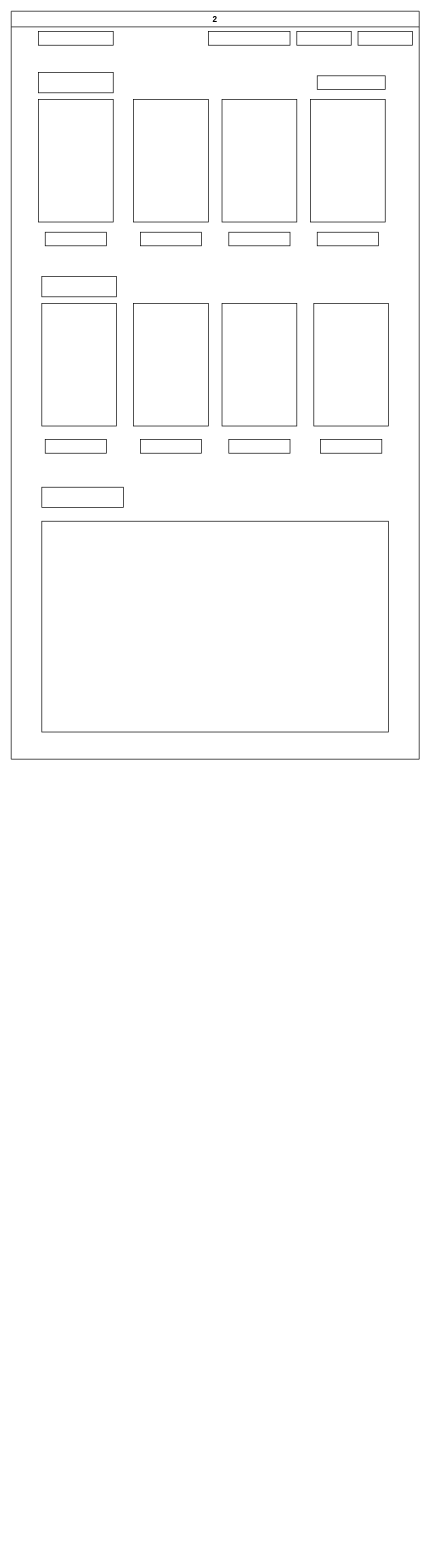
Above: Layout.drawio in RickyBoyy/ProjetoWEB (draw.io), before the change. Source tidied: cells renumbered, new cells numbered last; positions are measured from the earlier drawing's top-left corner, leaving out a move shared by most shapes. Both pictures are drawn from the tidied source at 68%, with x=0, y=0 at pixel (11, 11).
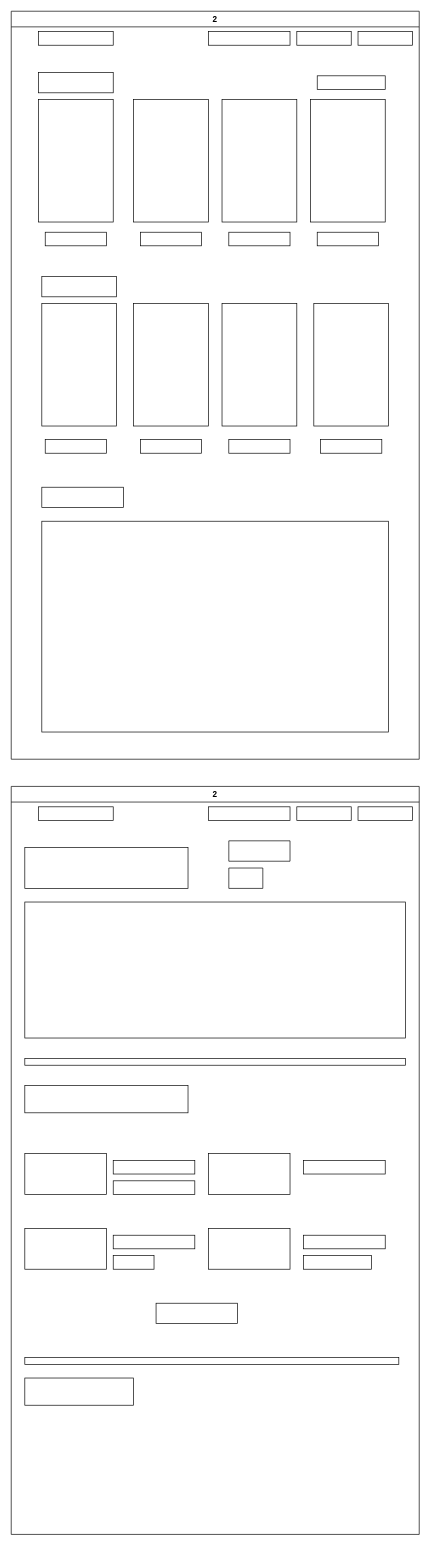
After the change.

Diff of the diagram source:
```diff
@@
+    <mxCell id="29" value="2" style="swimlane;" parent="1" vertex="1">
+      <mxGeometry y="1140" width="600" height="1100" as="geometry" />
+    </mxCell>
+    <mxCell id="30" style="rounded=0;whiteSpace=wrap;html=1;" parent="29" vertex="1">
+      <mxGeometry x="510" y="30" width="80" height="20" as="geometry" />
+    </mxCell>
+    <mxCell id="31" style="rounded=0;whiteSpace=wrap;html=1;" parent="29" vertex="1">
+      <mxGeometry x="420" y="30" width="80" height="20" as="geometry" />
+    </mxCell>
+    <mxCell id="32" style="rounded=0;whiteSpace=wrap;html=1;" parent="29" vertex="1">
+      <mxGeometry x="290" y="30" width="120" height="20" as="geometry" />
+    </mxCell>
+    <mxCell id="33" style="edgeStyle=orthogonalEdgeStyle;rounded=0;orthogonalLoop=1;jettySize=auto;html=1;exitX=0.5;exitY=1;exitDx=0;exitDy=0;" parent="29" edge="1">
+      <mxGeometry relative="1" as="geometry">
+        <mxPoint x="105" y="730" as="sourcePoint" />
+        <mxPoint x="105" y="730" as="targetPoint" />
+      </mxGeometry>
+    </mxCell>
+    <mxCell id="34" style="rounded=0;whiteSpace=wrap;html=1;" parent="29" vertex="1">
+      <mxGeometry x="40" y="30" width="110" height="20" as="geometry" />
+    </mxCell>
+    <mxCell id="35" style="rounded=0;whiteSpace=wrap;html=1;" parent="29" vertex="1">
+      <mxGeometry x="20" y="90" width="240" height="60" as="geometry" />
+    </mxCell>
+    <mxCell id="36" style="rounded=0;whiteSpace=wrap;html=1;" parent="29" vertex="1">
+      <mxGeometry x="20" y="400" width="560" height="10" as="geometry" />
+    </mxCell>
+    <mxCell id="37" style="rounded=0;whiteSpace=wrap;html=1;" parent="29" vertex="1">
+      <mxGeometry x="20" y="440" width="240" height="40" as="geometry" />
+    </mxCell>
+    <mxCell id="38" style="rounded=0;whiteSpace=wrap;html=1;" parent="29" vertex="1">
+      <mxGeometry x="20" y="540" width="120" height="60" as="geometry" />
+    </mxCell>
+    <mxCell id="39" style="rounded=0;whiteSpace=wrap;html=1;" parent="29" vertex="1">
+      <mxGeometry x="290" y="540" width="120" height="60" as="geometry" />
+    </mxCell>
+    <mxCell id="40" style="rounded=0;whiteSpace=wrap;html=1;" parent="29" vertex="1">
+      <mxGeometry x="290" y="650" width="120" height="60" as="geometry" />
+    </mxCell>
+    <mxCell id="41" style="rounded=0;whiteSpace=wrap;html=1;" parent="29" vertex="1">
+      <mxGeometry x="20" y="650" width="120" height="60" as="geometry" />
+    </mxCell>
+    <mxCell id="42" style="rounded=0;whiteSpace=wrap;html=1;" parent="29" vertex="1">
+      <mxGeometry x="150" y="550" width="120" height="20" as="geometry" />
+    </mxCell>
+    <mxCell id="43" style="rounded=0;whiteSpace=wrap;html=1;" parent="29" vertex="1">
+      <mxGeometry x="150" y="580" width="120" height="20" as="geometry" />
+    </mxCell>
+    <mxCell id="44" style="rounded=0;whiteSpace=wrap;html=1;" parent="29" vertex="1">
+      <mxGeometry x="150" y="690" width="60" height="20" as="geometry" />
+    </mxCell>
+    <mxCell id="45" style="rounded=0;whiteSpace=wrap;html=1;" parent="29" vertex="1">
+      <mxGeometry x="150" y="660" width="120" height="20" as="geometry" />
+    </mxCell>
+    <mxCell id="46" style="rounded=0;whiteSpace=wrap;html=1;" parent="29" vertex="1">
+      <mxGeometry x="430" y="660" width="120" height="20" as="geometry" />
+    </mxCell>
+    <mxCell id="47" style="rounded=0;whiteSpace=wrap;html=1;" parent="29" vertex="1">
+      <mxGeometry x="430" y="550" width="120" height="20" as="geometry" />
+    </mxCell>
+    <mxCell id="48" style="rounded=0;whiteSpace=wrap;html=1;" parent="29" vertex="1">
+      <mxGeometry x="430" y="690" width="100" height="20" as="geometry" />
+    </mxCell>
+    <mxCell id="49" style="rounded=0;whiteSpace=wrap;html=1;" parent="29" vertex="1">
+      <mxGeometry x="213" y="760" width="120" height="30" as="geometry" />
+    </mxCell>
+    <mxCell id="50" style="rounded=0;whiteSpace=wrap;html=1;" parent="29" vertex="1">
+      <mxGeometry x="20" y="840" width="550" height="10" as="geometry" />
+    </mxCell>
+    <mxCell id="51" style="rounded=0;whiteSpace=wrap;html=1;" parent="29" vertex="1">
+      <mxGeometry x="20" y="870" width="160" height="40" as="geometry" />
+    </mxCell>
+    <mxCell id="52" style="verticalLabelPosition=bottom;verticalAlign=top;html=1;shape=mxgraph.basic.rect;fillColor2=none;strokeWidth=1;size=20;indent=5;" parent="29" vertex="1">
+      <mxGeometry x="320" y="120" width="50" height="30" as="geometry" />
+    </mxCell>
+    <mxCell id="53" style="verticalLabelPosition=bottom;verticalAlign=top;html=1;shape=mxgraph.basic.rect;fillColor2=none;strokeWidth=1;size=20;indent=5;" parent="29" vertex="1">
+      <mxGeometry x="320" y="80" width="90" height="30" as="geometry" />
+    </mxCell>
+    <mxCell id="54" style="edgeStyle=orthogonalEdgeStyle;rounded=0;orthogonalLoop=1;jettySize=auto;html=1;" parent="1" edge="1">
+      <mxGeometry relative="1" as="geometry">
+        <mxPoint x="500" y="1830" as="targetPoint" />
+      </mxGeometry>
+    </mxCell>
+    <mxCell id="55" style="rounded=0;whiteSpace=wrap;html=1;" parent="1" vertex="1">
+      <mxGeometry x="20" y="1310" width="560" height="200" as="geometry" />
+    </mxCell>
```
